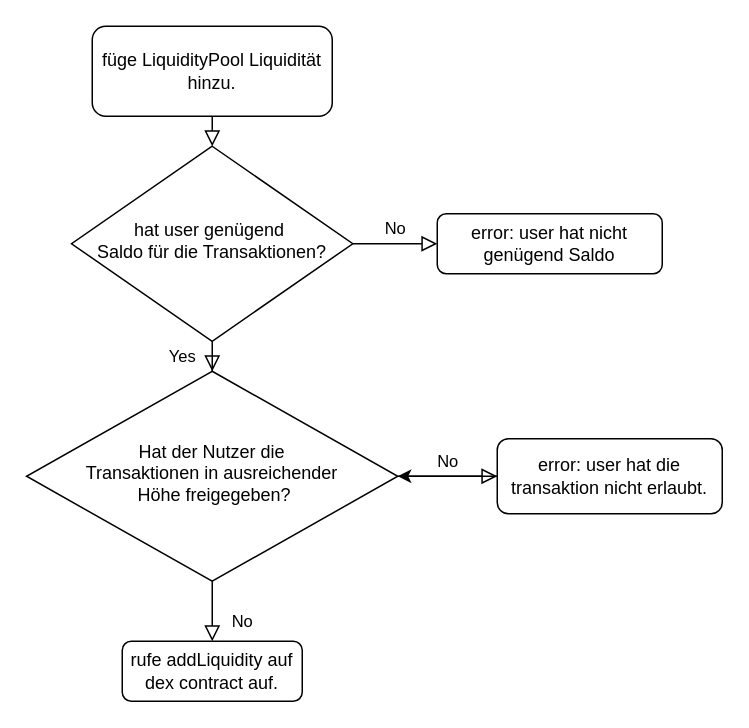
This is Untitled Diagram.drawio from xphil-22/drawIoBackup, a draw.io file, before an edit. Source tidied: cells renumbered, new cells numbered last; positions are measured from the earlier drawing's top-left corner, leaving out a move shared by most shapes. Both pictures are drawn from the tidied source at 150%, with x=0, y=0 at pixel (26, 26).
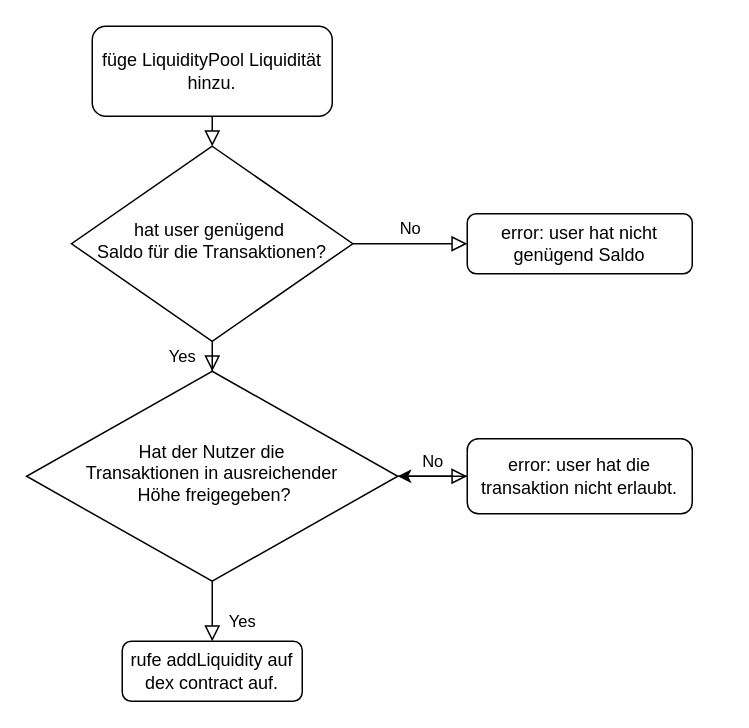
After the change.

The edit, as a diff of the source:
```diff
@@
 <mxGraphModel>
   <root>
     <mxCell id="0" />
     <mxCell id="1" parent="0" />
     <mxCell id="2" style="rounded=0;html=1;jettySize=auto;fontSize=11;endArrow=block;endFill=0;endSize=8;strokeWidth=1;shadow=0;labelBackgroundColor=none;edgeStyle=orthogonalEdgeStyle;" parent="1" edge="1" source="3" target="6">
       <mxGeometry relative="1" as="geometry" />
     </mxCell>
     <mxCell id="3" value="füge LiquidityPool Liquidität hinzu." style="rounded=1;whiteSpace=wrap;html=1;fontSize=12;glass=0;strokeWidth=1;shadow=0;" parent="1" vertex="1">
       <mxGeometry x="44" width="160" height="60" as="geometry" />
     </mxCell>
     <mxCell id="4" value="Yes" style="rounded=0;html=1;jettySize=auto;fontSize=11;endArrow=block;endFill=0;endSize=8;strokeWidth=1;shadow=0;labelBackgroundColor=none;edgeStyle=orthogonalEdgeStyle;" parent="1" edge="1" source="6" target="10">
       <mxGeometry y="20" relative="1" as="geometry" />
     </mxCell>
     <mxCell id="5" value="No" style="edgeStyle=orthogonalEdgeStyle;rounded=0;html=1;jettySize=auto;fontSize=11;endArrow=block;endFill=0;endSize=8;strokeWidth=1;shadow=0;labelBackgroundColor=none;" parent="1" edge="1" source="6" target="7">
       <mxGeometry y="10" relative="1" as="geometry" />
     </mxCell>
     <mxCell id="6" value="&lt;div&gt;hat user genügend&amp;nbsp;&lt;/div&gt;&lt;div&gt;Saldo für die Transaktionen?&lt;br&gt;&lt;/div&gt;" style="rhombus;whiteSpace=wrap;html=1;shadow=0;fontFamily=Helvetica;fontSize=12;align=center;strokeWidth=1;spacing=6;spacingTop=-4;" parent="1" vertex="1">
       <mxGeometry x="30.2" y="80" width="187.5" height="130" as="geometry" />
     </mxCell>
     <mxCell id="7" value="error: user hat nicht genügend Saldo" style="rounded=1;whiteSpace=wrap;html=1;fontSize=12;glass=0;strokeWidth=1;shadow=0;" parent="1" vertex="1">
-      <mxGeometry x="274" y="125" width="150" height="40" as="geometry" />
+      <mxGeometry x="294" y="125" width="150" height="40" as="geometry" />
     </mxCell>
-    <mxCell id="8" value="No" style="rounded=0;html=1;jettySize=auto;fontSize=11;endArrow=block;endFill=0;endSize=8;strokeWidth=1;shadow=0;labelBackgroundColor=none;edgeStyle=orthogonalEdgeStyle;" parent="1" edge="1" source="10" target="11">
+    <mxCell id="8" value="Yes" style="rounded=0;html=1;jettySize=auto;fontSize=11;endArrow=block;endFill=0;endSize=8;strokeWidth=1;shadow=0;labelBackgroundColor=none;edgeStyle=orthogonalEdgeStyle;" parent="1" edge="1" source="10" target="11">
       <mxGeometry x="0.33" y="20" relative="1" as="geometry" />
     </mxCell>
     <mxCell id="9" value="No" style="edgeStyle=orthogonalEdgeStyle;rounded=0;html=1;jettySize=auto;fontSize=11;endArrow=block;endFill=0;endSize=8;strokeWidth=1;shadow=0;labelBackgroundColor=none;" parent="1" edge="1" source="10" target="13">
       <mxGeometry y="10" relative="1" as="geometry" />
     </mxCell>
     <mxCell id="10" value="&lt;div&gt;Hat der Nutzer die&lt;/div&gt;&lt;div&gt;Transaktionen in ausreichender&lt;/div&gt;&lt;div&gt;&amp;nbsp;Höhe freigegeben?&lt;/div&gt;" style="rhombus;whiteSpace=wrap;html=1;shadow=0;fontFamily=Helvetica;fontSize=12;align=center;strokeWidth=1;spacing=6;spacingTop=-4;" parent="1" vertex="1">
       <mxGeometry x="0.2" y="230" width="247.5" height="140" as="geometry" />
     </mxCell>
     <mxCell id="11" value="rufe addLiquidity auf dex contract auf." style="rounded=1;whiteSpace=wrap;html=1;fontSize=12;glass=0;strokeWidth=1;shadow=0;" parent="1" vertex="1">
       <mxGeometry x="64" y="410" width="120" height="40" as="geometry" />
     </mxCell>
     <mxCell id="12" style="edgeStyle=orthogonalEdgeStyle;rounded=0;jettySize=auto;html=1;" parent="1" edge="1" source="13" target="10">
       <mxGeometry relative="1" as="geometry" />
     </mxCell>
     <mxCell id="13" value="error: user hat die transaktion nicht erlaubt." style="rounded=1;whiteSpace=wrap;html=1;fontSize=12;glass=0;strokeWidth=1;shadow=0;" parent="1" vertex="1">
-      <mxGeometry x="314" y="275" width="150" height="50" as="geometry" />
+      <mxGeometry x="294" y="275" width="150" height="50" as="geometry" />
     </mxCell>
   </root>
 </mxGraphModel>
```
